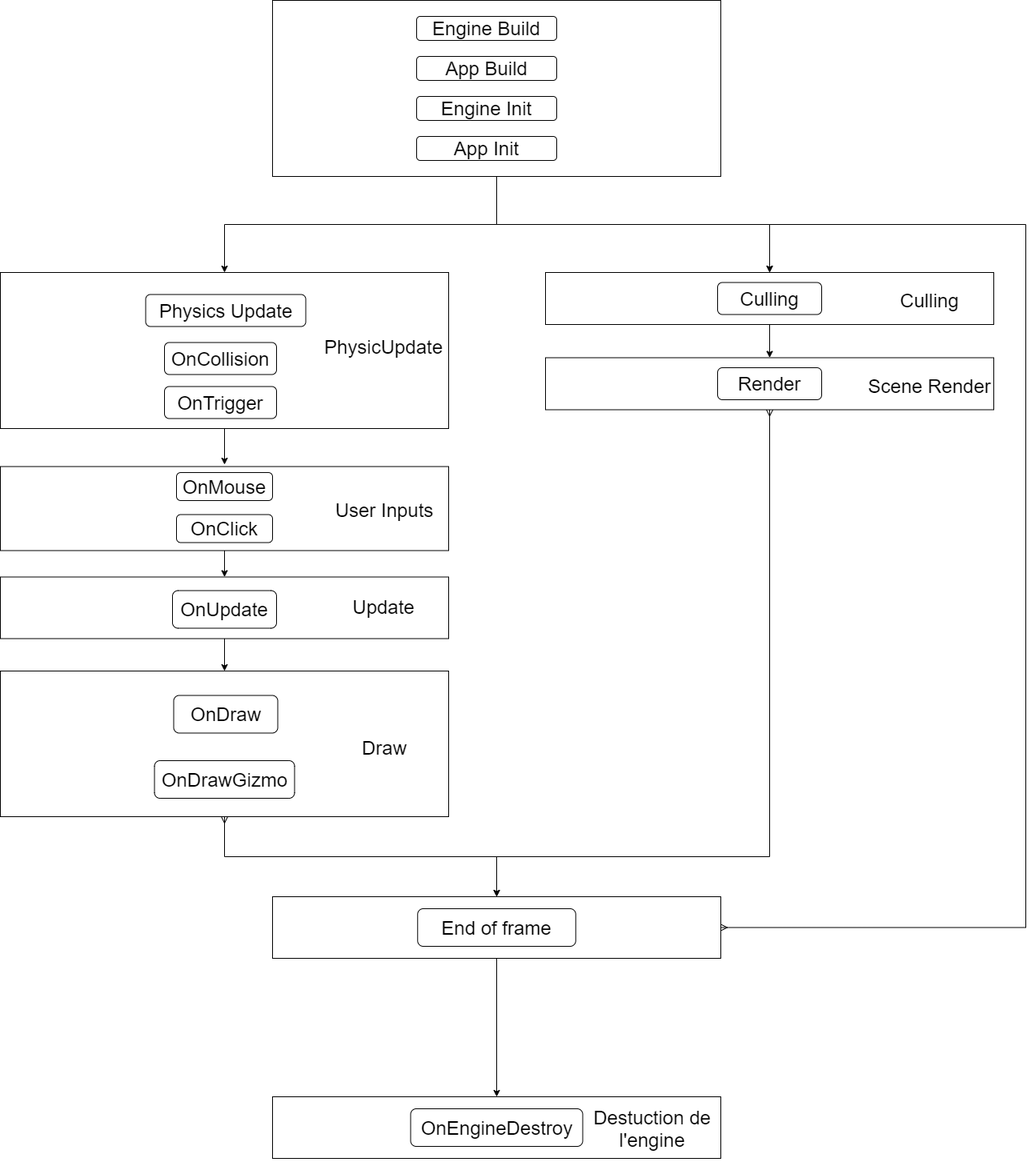
The draw.io diagram assets/images/execution_loop.png in Surue/surue.github.io, before a commit. Source tidied: cells renumbered, new cells last; positions are measured from the earlier drawing's top-left corner, leaving out a move shared by most shapes.
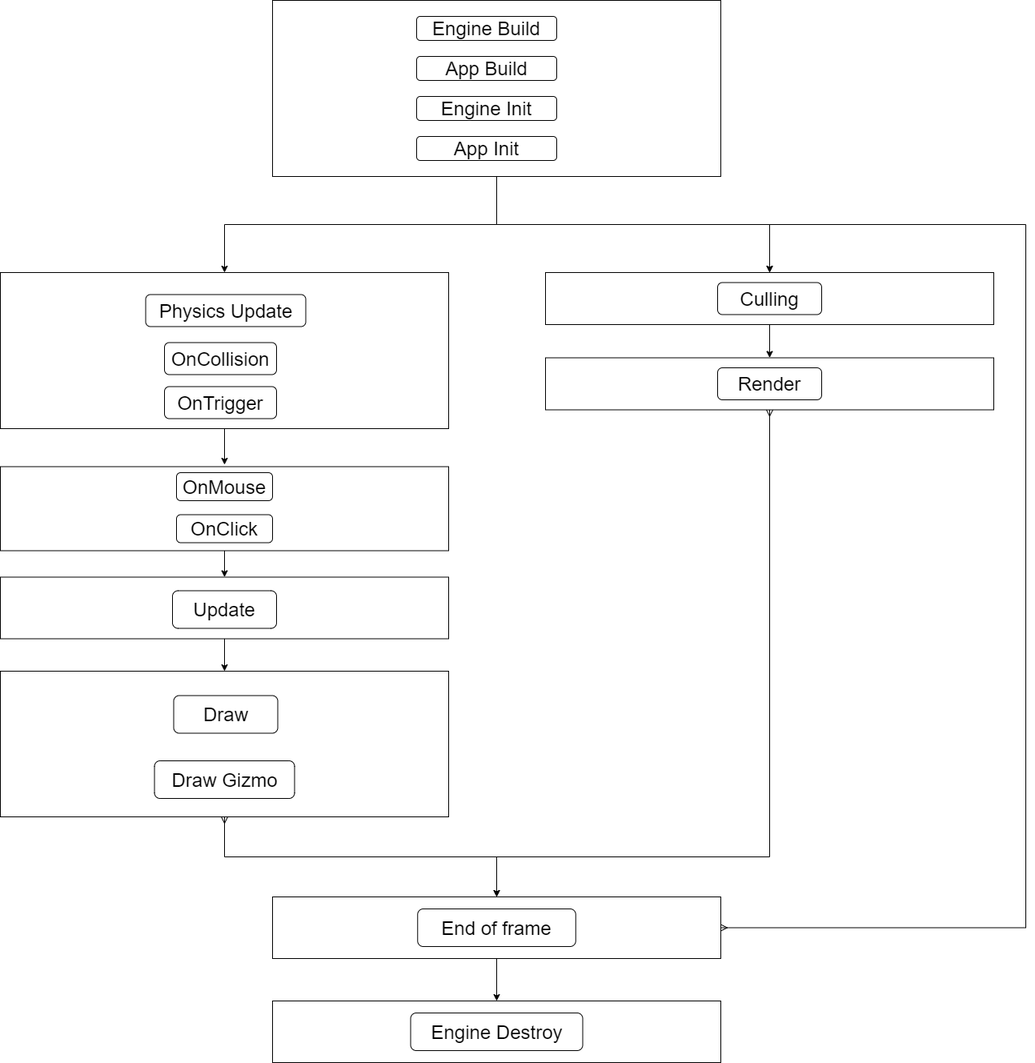
The same file after the commit.

Change to the diagram source:
```diff
@@ -8,9 +8,6 @@
     <mxCell id="3" style="rounded=0;whiteSpace=wrap;html=1;" parent="1" vertex="1">
       <mxGeometry y="582.5" width="560" height="105" as="geometry" />
     </mxCell>
-    <mxCell id="4" value="&lt;font style=&quot;font-size: 24px&quot;&gt;User Inputs&lt;/font&gt;" style="text;html=1;strokeColor=none;fillColor=none;align=center;verticalAlign=middle;whiteSpace=wrap;rounded=0;fontSize=24;" parent="1" vertex="1">
-      <mxGeometry x="400" y="587" width="160" height="100" as="geometry" />
-    </mxCell>
     <mxCell id="5" value="OnMouse" style="rounded=1;whiteSpace=wrap;html=1;fontSize=24;glass=0;comic=0;shadow=0;" parent="1" vertex="1">
       <mxGeometry x="220" y="590" width="120" height="35" as="geometry" />
     </mxCell>
@@ -25,18 +22,12 @@
     <mxCell id="8" style="rounded=0;whiteSpace=wrap;html=1;" parent="1" vertex="1">
       <mxGeometry y="340" width="560" height="195" as="geometry" />
     </mxCell>
-    <mxCell id="9" value="&lt;font style=&quot;font-size: 24px&quot;&gt;PhysicUpdate&lt;/font&gt;" style="text;html=1;strokeColor=none;fillColor=none;align=center;verticalAlign=middle;whiteSpace=wrap;rounded=0;fontSize=24;" parent="1" vertex="1">
-      <mxGeometry x="399" y="407.5" width="160" height="50" as="geometry" />
-    </mxCell>
     <mxCell id="10" style="edgeStyle=orthogonalEdgeStyle;rounded=0;jettySize=auto;html=1;entryX=0.5;entryY=0;entryDx=0;entryDy=0;" parent="1" edge="1" source="11" target="26">
       <mxGeometry relative="1" as="geometry" />
     </mxCell>
     <mxCell id="11" style="rounded=0;whiteSpace=wrap;html=1;" parent="1" vertex="1">
       <mxGeometry y="720.5" width="560" height="77" as="geometry" />
     </mxCell>
-    <mxCell id="12" value="&lt;font style=&quot;font-size: 24px&quot;&gt;Update&lt;/font&gt;" style="text;html=1;strokeColor=none;fillColor=none;align=center;verticalAlign=middle;whiteSpace=wrap;rounded=0;fontSize=24;" parent="1" vertex="1">
-      <mxGeometry x="399" y="717.5" width="160" height="80" as="geometry" />
-    </mxCell>
     <mxCell id="13" style="edgeStyle=orthogonalEdgeStyle;rounded=0;jettySize=auto;html=1;entryX=0.5;entryY=0;entryDx=0;entryDy=0;startArrow=ERmany;startFill=0;" parent="1" edge="1" source="14" target="30">
       <mxGeometry relative="1" as="geometry">
         <Array as="points">
@@ -48,16 +39,13 @@
     <mxCell id="14" style="rounded=0;whiteSpace=wrap;html=1;" parent="1" vertex="1">
       <mxGeometry x="681" y="446.5" width="560" height="65" as="geometry" />
     </mxCell>
-    <mxCell id="15" value="&lt;font style=&quot;font-size: 24px&quot;&gt;Scene Render&lt;/font&gt;" style="text;html=1;strokeColor=none;fillColor=none;align=center;verticalAlign=middle;whiteSpace=wrap;rounded=0;fontSize=24;" parent="1" vertex="1">
-      <mxGeometry x="1081" y="456.5" width="160" height="50" as="geometry" />
-    </mxCell>
     <mxCell id="16" value="OnCollision" style="rounded=1;whiteSpace=wrap;html=1;fontSize=24;glass=0;comic=0;shadow=0;" parent="1" vertex="1">
       <mxGeometry x="205" y="427.5" width="140" height="40" as="geometry" />
     </mxCell>
     <mxCell id="17" value="OnTrigger" style="rounded=1;whiteSpace=wrap;html=1;fontSize=24;glass=0;comic=0;shadow=0;" parent="1" vertex="1">
       <mxGeometry x="205" y="482.5" width="140" height="40" as="geometry" />
     </mxCell>
-    <mxCell id="18" value="OnUpdate" style="rounded=1;whiteSpace=wrap;html=1;fontSize=24;glass=0;comic=0;shadow=0;" parent="1" vertex="1">
+    <mxCell id="18" value="Update" style="rounded=1;whiteSpace=wrap;html=1;fontSize=24;glass=0;comic=0;shadow=0;" parent="1" vertex="1">
       <mxGeometry x="215" y="737.5" width="130" height="47" as="geometry" />
     </mxCell>
     <mxCell id="19" value="Render" style="rounded=1;whiteSpace=wrap;html=1;fontSize=24;glass=0;comic=0;shadow=0;" parent="1" vertex="1">
@@ -72,9 +60,6 @@
     <mxCell id="22" style="rounded=0;whiteSpace=wrap;html=1;" parent="1" vertex="1">
       <mxGeometry x="681" y="340" width="560" height="65" as="geometry" />
     </mxCell>
-    <mxCell id="23" value="&lt;font style=&quot;font-size: 24px&quot;&gt;Culling&lt;/font&gt;" style="text;html=1;strokeColor=none;fillColor=none;align=center;verticalAlign=middle;whiteSpace=wrap;rounded=0;fontSize=24;" parent="1" vertex="1">
-      <mxGeometry x="1081" y="350" width="160" height="50" as="geometry" />
-    </mxCell>
     <mxCell id="24" value="Culling" style="rounded=1;whiteSpace=wrap;html=1;fontSize=24;glass=0;comic=0;shadow=0;" parent="1" vertex="1">
       <mxGeometry x="896" y="352.5" width="130" height="40" as="geometry" />
     </mxCell>
@@ -89,9 +74,6 @@
     <mxCell id="26" style="rounded=0;whiteSpace=wrap;html=1;" parent="1" vertex="1">
       <mxGeometry y="838" width="560" height="182" as="geometry" />
     </mxCell>
-    <mxCell id="27" value="&lt;div&gt;&lt;span&gt;Draw&lt;/span&gt;&lt;/div&gt;" style="text;html=1;strokeColor=none;fillColor=none;align=center;verticalAlign=middle;whiteSpace=wrap;rounded=0;fontSize=24;" parent="1" vertex="1">
-      <mxGeometry x="400" y="868.5" width="160" height="130" as="geometry" />
-    </mxCell>
     <mxCell id="28" style="edgeStyle=orthogonalEdgeStyle;rounded=0;jettySize=auto;html=1;" parent="1" edge="1" source="30" target="36">
       <mxGeometry relative="1" as="geometry" />
     </mxCell>
@@ -123,18 +105,15 @@
       <mxGeometry x="520" y="20" width="175" height="30" as="geometry" />
     </mxCell>
     <mxCell id="36" style="rounded=0;whiteSpace=wrap;html=1;" parent="1" vertex="1">
-      <mxGeometry x="340" y="1370" width="560" height="77" as="geometry" />
+      <mxGeometry x="340" y="1250" width="560" height="77" as="geometry" />
     </mxCell>
-    <mxCell id="37" value="OnEngineDestroy" style="rounded=1;whiteSpace=wrap;html=1;fontSize=24;glass=0;comic=0;shadow=0;" parent="1" vertex="1">
-      <mxGeometry x="512.5" y="1385" width="215" height="47" as="geometry" />
+    <mxCell id="37" value="Engine Destroy" style="rounded=1;whiteSpace=wrap;html=1;fontSize=24;glass=0;comic=0;shadow=0;" parent="1" vertex="1">
+      <mxGeometry x="512.5" y="1265" width="215" height="47" as="geometry" />
     </mxCell>
-    <mxCell id="38" value="&lt;font style=&quot;font-size: 24px&quot;&gt;Destuction de l'engine&lt;/font&gt;" style="text;html=1;strokeColor=none;fillColor=none;align=center;verticalAlign=middle;whiteSpace=wrap;rounded=0;fontSize=24;" parent="1" vertex="1">
-      <mxGeometry x="730" y="1370" width="169" height="80" as="geometry" />
-    </mxCell>
-    <mxCell id="39" value="OnDraw" style="rounded=1;whiteSpace=wrap;html=1;fontSize=24;glass=0;comic=0;shadow=0;" parent="1" vertex="1">
+    <mxCell id="39" value="Draw" style="rounded=1;whiteSpace=wrap;html=1;fontSize=24;glass=0;comic=0;shadow=0;" parent="1" vertex="1">
       <mxGeometry x="216.5" y="868.5" width="130" height="47" as="geometry" />
     </mxCell>
-    <mxCell id="40" value="OnDrawGizmo" style="rounded=1;whiteSpace=wrap;html=1;fontSize=24;glass=0;comic=0;shadow=0;" parent="1" vertex="1">
+    <mxCell id="40" value="Draw Gizmo" style="rounded=1;whiteSpace=wrap;html=1;fontSize=24;glass=0;comic=0;shadow=0;" parent="1" vertex="1">
       <mxGeometry x="192.5" y="950" width="175" height="47" as="geometry" />
     </mxCell>
     <mxCell id="41" value="App Build" style="rounded=1;whiteSpace=wrap;html=1;fontSize=24;glass=0;comic=0;shadow=0;" parent="1" vertex="1">
```
